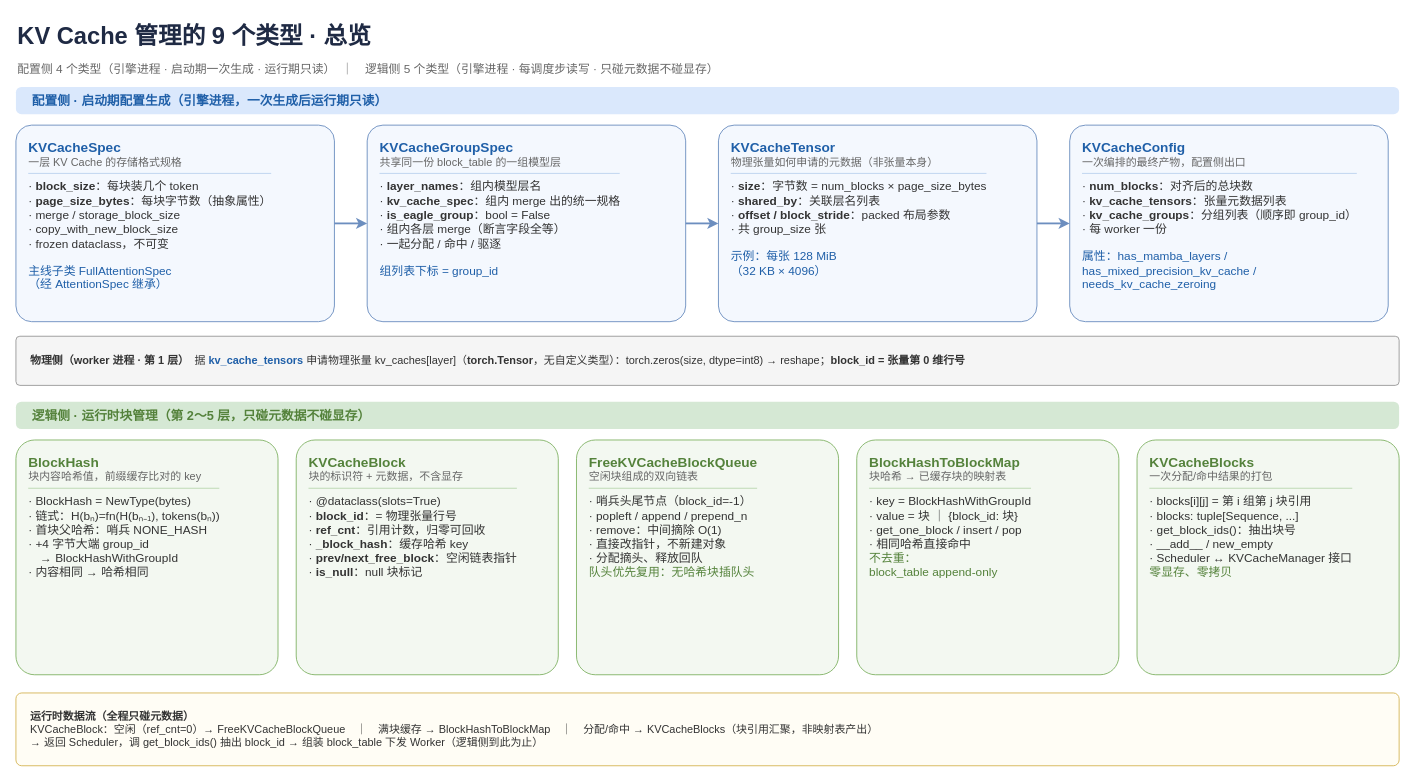
Earlier version of the draw.io diagram page "类型总览" (1 of 15) of vllm/v1/core/kvcache_draw_ppt_v2/kvcache_type.drawio (GoCHug/vllm). Source tidied: cells renumbered, new cells numbered last; positions are measured from the earlier drawing's top-left corner, leaving out a move shared by most shapes. Both pictures are drawn from the tidied source at 91%, with x=0, y=0 at pixel (15, 15).
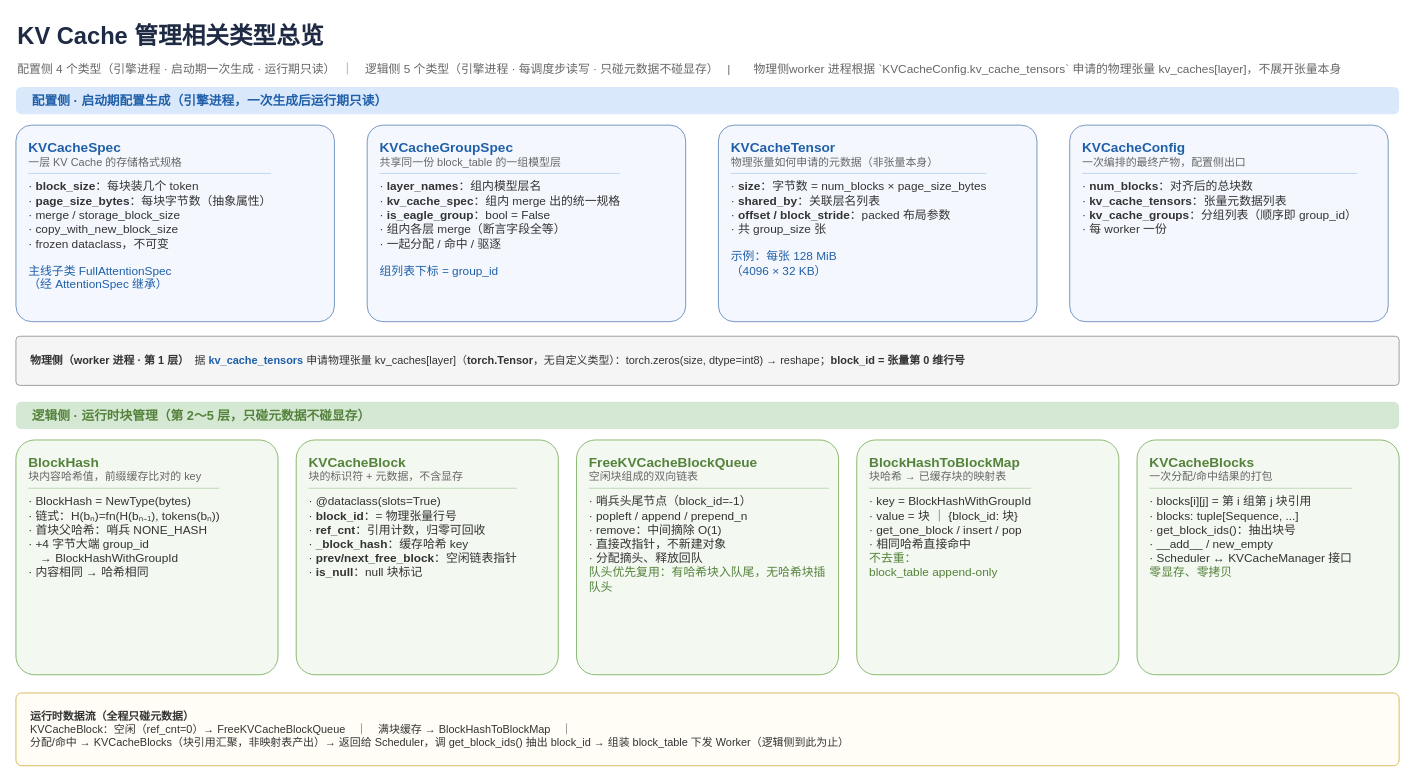
The same page after the edit.

The edit, as a diff of the source:
```diff
@@
 <mxGraphModel>
   <root>
     <mxCell id="0" />
     <mxCell id="1" parent="0" />
-    <mxCell id="2" value="KV Cache 管理的 9 个类型 · 总览" style="text;html=1;whiteSpace=wrap;fontSize=26;fontColor=#1F2A44;align=left;fontStyle=1;" parent="1" vertex="1">
+    <mxCell id="2" value="KV Cache 管理相关类型总览" style="text;html=1;whiteSpace=wrap;fontSize=26;fontColor=#1F2A44;align=left;fontStyle=1;" parent="1" vertex="1">
       <mxGeometry width="1340" height="40" as="geometry" />
     </mxCell>
-    <mxCell id="3" value="配置侧 4 个类型（引擎进程 · 启动期一次生成 · 运行期只读）　｜　逻辑侧 5 个类型（引擎进程 · 每调度步读写 · 只碰元数据不碰显存）" style="text;html=1;whiteSpace=wrap;fontSize=13;fontColor=#666666;align=left;" parent="1" vertex="1">
+    <mxCell id="3" value="配置侧 4 个类型（引擎进程 · 启动期一次生成 · 运行期只读）　｜　逻辑侧 5 个类型（引擎进程 · 每调度步读写 · 只碰元数据不碰显存）&lt;span style=&quot;white-space: pre;&quot;&gt;&#9;&lt;/span&gt;|&lt;span style=&quot;white-space: pre;&quot;&gt;&#9;&lt;/span&gt;物理侧worker 进程根据 `KVCacheConfig.kv_cache_tensors` 申请的物理张量 kv_caches[layer]，不展开张量本身" style="text;html=1;whiteSpace=wrap;fontSize=13;fontColor=#666666;align=left;" parent="1" vertex="1">
       <mxGeometry y="44" width="1520" height="24" as="geometry" />
     </mxCell>
     <mxCell id="4" value="配置侧 · 启动期配置生成（引擎进程，一次生成后运行期只读）" style="rounded=1;arcSize=20;html=1;align=left;verticalAlign=middle;spacingLeft=16;fontSize=14;fontStyle=1;fontColor=#1f5fa8;fillColor=#dae8fc;strokeColor=none;" parent="1" vertex="1">
       <mxGeometry y="78" width="1520" height="30" as="geometry" />
     </mxCell>
     <mxCell id="5" value="&lt;b&gt;&lt;font style=&quot;font-size:15px&quot; color=&quot;#1f5fa8&quot;&gt;KVCacheSpec&lt;/font&gt;&lt;/b&gt;&lt;br&gt;&lt;font color=&quot;#666666&quot;&gt;一层 KV Cache 的存储格式规格&lt;/font&gt;&lt;div style=&quot;border-top:1px solid #bcd2ee;margin:5px 0 6px&quot;&gt;&lt;/div&gt;&lt;font size=&quot;2&quot;&gt;· &lt;b&gt;block_size&lt;/b&gt;：每块装几个 token&lt;br&gt;· &lt;b&gt;page_size_bytes&lt;/b&gt;：每块字节数（抽象属性）&lt;br&gt;· merge / storage_block_size&lt;br&gt;· copy_with_new_block_size&lt;br&gt;· frozen dataclass，不可变&lt;/font&gt;&lt;br&gt;&lt;br&gt;&lt;font color=&quot;#1f5fa8&quot; size=&quot;2&quot;&gt;主线子类 FullAttentionSpec&lt;br&gt;（经 AttentionSpec 继承）&lt;/font&gt;" style="rounded=1;arcSize=8;whiteSpace=wrap;html=1;align=left;verticalAlign=top;spacingLeft=12;spacingRight=10;spacingTop=9;fontSize=12;fontColor=#333333;fillColor=#F4F8FE;strokeColor=#6c8ebf;" parent="1" vertex="1">
       <mxGeometry y="120" width="350" height="216" as="geometry" />
     </mxCell>
     <mxCell id="6" value="&lt;b&gt;&lt;font style=&quot;font-size:15px&quot; color=&quot;#1f5fa8&quot;&gt;KVCacheGroupSpec&lt;/font&gt;&lt;/b&gt;&lt;br&gt;&lt;font color=&quot;#666666&quot;&gt;共享同一份 block_table 的一组模型层&lt;/font&gt;&lt;div style=&quot;border-top:1px solid #bcd2ee;margin:5px 0 6px&quot;&gt;&lt;/div&gt;&lt;font size=&quot;2&quot;&gt;· &lt;b&gt;layer_names&lt;/b&gt;：组内模型层名&lt;br&gt;· &lt;b&gt;kv_cache_spec&lt;/b&gt;：组内 merge 出的统一规格&lt;br&gt;· &lt;b&gt;is_eagle_group&lt;/b&gt;：bool = False&lt;br&gt;· 组内各层 merge（断言字段全等）&lt;br&gt;· 一起分配 / 命中 / 驱逐&lt;/font&gt;&lt;br&gt;&lt;br&gt;&lt;font color=&quot;#1f5fa8&quot; size=&quot;2&quot;&gt;组列表下标 = group_id&lt;/font&gt;" style="rounded=1;arcSize=8;whiteSpace=wrap;html=1;align=left;verticalAlign=top;spacingLeft=12;spacingRight=10;spacingTop=9;fontSize=12;fontColor=#333333;fillColor=#F4F8FE;strokeColor=#6c8ebf;" parent="1" vertex="1">
       <mxGeometry x="386" y="120" width="350" height="216" as="geometry" />
     </mxCell>
-    <mxCell id="7" value="&lt;b&gt;&lt;font style=&quot;font-size:15px&quot; color=&quot;#1f5fa8&quot;&gt;KVCacheTensor&lt;/font&gt;&lt;/b&gt;&lt;br&gt;&lt;font color=&quot;#666666&quot;&gt;物理张量如何申请的元数据（非张量本身）&lt;/font&gt;&lt;div style=&quot;border-top:1px solid #bcd2ee;margin:5px 0 6px&quot;&gt;&lt;/div&gt;&lt;font size=&quot;2&quot;&gt;· &lt;b&gt;size&lt;/b&gt;：字节数 = num_blocks × page_size_bytes&lt;br&gt;· &lt;b&gt;shared_by&lt;/b&gt;：关联层名列表&lt;br&gt;· &lt;b&gt;offset / block_stride&lt;/b&gt;：packed 布局参数&lt;br&gt;· 共 group_size 张&lt;/font&gt;&lt;br&gt;&lt;br&gt;&lt;font color=&quot;#1f5fa8&quot; size=&quot;2&quot;&gt;示例：每张 128 MiB&lt;br&gt;（32 KB × 4096）&lt;/font&gt;" style="rounded=1;arcSize=8;whiteSpace=wrap;html=1;align=left;verticalAlign=top;spacingLeft=12;spacingRight=10;spacingTop=9;fontSize=12;fontColor=#333333;fillColor=#F4F8FE;strokeColor=#6c8ebf;" parent="1" vertex="1">
+    <mxCell id="7" value="&lt;b&gt;&lt;font style=&quot;font-size: 15px;&quot; color=&quot;#1f5fa8&quot;&gt;KVCacheTensor&lt;/font&gt;&lt;/b&gt;&lt;br&gt;&lt;font color=&quot;#666666&quot;&gt;物理张量如何申请的元数据（非张量本身）&lt;/font&gt;&lt;div style=&quot;border-top: 1px solid rgb(188, 210, 238); margin: 5px 0px 6px;&quot;&gt;&lt;/div&gt;&lt;font size=&quot;2&quot;&gt;· &lt;b&gt;size&lt;/b&gt;：字节数 = num_blocks × page_size_bytes&lt;br&gt;· &lt;b&gt;shared_by&lt;/b&gt;：关联层名列表&lt;br&gt;· &lt;b&gt;offset / block_stride&lt;/b&gt;：packed 布局参数&lt;br&gt;· 共 group_size 张&lt;/font&gt;&lt;br&gt;&lt;br&gt;&lt;font color=&quot;#1f5fa8&quot; size=&quot;2&quot;&gt;示例：每张 128 MiB&lt;br&gt;（4096&amp;nbsp;× 32 KB）&lt;/font&gt;" style="rounded=1;arcSize=8;whiteSpace=wrap;html=1;align=left;verticalAlign=top;spacingLeft=12;spacingRight=10;spacingTop=9;fontSize=12;fontColor=#333333;fillColor=#F4F8FE;strokeColor=#6c8ebf;" parent="1" vertex="1">
       <mxGeometry x="772" y="120" width="350" height="216" as="geometry" />
     </mxCell>
-    <mxCell id="8" value="&lt;b&gt;&lt;font style=&quot;font-size:15px&quot; color=&quot;#1f5fa8&quot;&gt;KVCacheConfig&lt;/font&gt;&lt;/b&gt;&lt;br&gt;&lt;font color=&quot;#666666&quot;&gt;一次编排的最终产物，配置侧出口&lt;/font&gt;&lt;div style=&quot;border-top:1px solid #bcd2ee;margin:5px 0 6px&quot;&gt;&lt;/div&gt;&lt;font size=&quot;2&quot;&gt;· &lt;b&gt;num_blocks&lt;/b&gt;：对齐后的总块数&lt;br&gt;· &lt;b&gt;kv_cache_tensors&lt;/b&gt;：张量元数据列表&lt;br&gt;· &lt;b&gt;kv_cache_groups&lt;/b&gt;：分组列表（顺序即 group_id）&lt;br&gt;· 每 worker 一份&lt;/font&gt;&lt;br&gt;&lt;br&gt;&lt;font color=&quot;#1f5fa8&quot; size=&quot;2&quot;&gt;属性：has_mamba_layers /&lt;br&gt;has_mixed_precision_kv_cache /&lt;br&gt;needs_kv_cache_zeroing&lt;/font&gt;" style="rounded=1;arcSize=8;whiteSpace=wrap;html=1;align=left;verticalAlign=top;spacingLeft=12;spacingRight=10;spacingTop=9;fontSize=12;fontColor=#333333;fillColor=#F4F8FE;strokeColor=#6c8ebf;" parent="1" vertex="1">
+    <mxCell id="8" value="&lt;b&gt;&lt;font style=&quot;font-size: 15px;&quot; color=&quot;#1f5fa8&quot;&gt;KVCacheConfig&lt;/font&gt;&lt;/b&gt;&lt;br&gt;&lt;font color=&quot;#666666&quot;&gt;一次编排的最终产物，配置侧出口&lt;/font&gt;&lt;div style=&quot;border-top: 1px solid rgb(188, 210, 238); margin: 5px 0px 6px;&quot;&gt;&lt;/div&gt;&lt;font size=&quot;2&quot;&gt;· &lt;b&gt;num_blocks&lt;/b&gt;：对齐后的总块数&lt;br&gt;· &lt;b&gt;kv_cache_tensors&lt;/b&gt;：张量元数据列表&lt;br&gt;· &lt;b&gt;kv_cache_groups&lt;/b&gt;：分组列表（顺序即 group_id）&lt;br&gt;· 每 worker 一份&lt;/font&gt;&lt;div&gt;&lt;br/&gt;&lt;/div&gt;" style="rounded=1;arcSize=8;whiteSpace=wrap;html=1;align=left;verticalAlign=top;spacingLeft=12;spacingRight=10;spacingTop=9;fontSize=12;fontColor=#333333;fillColor=#F4F8FE;strokeColor=#6c8ebf;" parent="1" vertex="1">
       <mxGeometry x="1158" y="120" width="350" height="216" as="geometry" />
     </mxCell>
-    <mxCell id="9" style="edgeStyle=orthogonalEdgeStyle;rounded=0;html=1;strokeColor=#6c8ebf;strokeWidth=2;endArrow=classic;endFill=1;exitX=1;exitY=0.5;exitDx=0;exitDy=0;entryX=0;entryY=0.5;entryDx=0;entryDy=0;" parent="1" edge="1" source="5" target="6">
-      <mxGeometry relative="1" as="geometry" />
-    </mxCell>
-    <mxCell id="10" style="edgeStyle=orthogonalEdgeStyle;rounded=0;html=1;strokeColor=#6c8ebf;strokeWidth=2;endArrow=classic;endFill=1;exitX=1;exitY=0.5;exitDx=0;exitDy=0;entryX=0;entryY=0.5;entryDx=0;entryDy=0;" parent="1" edge="1" source="6" target="7">
-      <mxGeometry relative="1" as="geometry" />
-    </mxCell>
-    <mxCell id="11" style="edgeStyle=orthogonalEdgeStyle;rounded=0;html=1;strokeColor=#6c8ebf;strokeWidth=2;endArrow=classic;endFill=1;exitX=1;exitY=0.5;exitDx=0;exitDy=0;entryX=0;entryY=0.5;entryDx=0;entryDy=0;" parent="1" edge="1" source="7" target="8">
-      <mxGeometry relative="1" as="geometry" />
-    </mxCell>
     <mxCell id="12" value="&lt;b&gt;物理侧（worker 进程 · 第 1 层）&lt;/b&gt;　据 &lt;font color=&quot;#1f5fa8&quot;&gt;&lt;b&gt;kv_cache_tensors&lt;/b&gt;&lt;/font&gt; 申请物理张量 kv_caches[layer]（&lt;b&gt;torch.Tensor&lt;/b&gt;，无自定义类型）：torch.zeros(size, dtype=int8) → reshape；&lt;b&gt;block_id = 张量第 0 维行号&lt;/b&gt;" style="rounded=1;arcSize=8;whiteSpace=wrap;html=1;align=left;verticalAlign=middle;spacingLeft=14;fontSize=12;fontColor=#333333;fillColor=#f5f5f5;strokeColor=#999999;" parent="1" vertex="1">
       <mxGeometry y="352" width="1520" height="54" as="geometry" />
     </mxCell>
     <mxCell id="13" value="逻辑侧 · 运行时块管理（第 2～5 层，只碰元数据不碰显存）" style="rounded=1;arcSize=20;html=1;align=left;verticalAlign=middle;spacingLeft=16;fontSize=14;fontStyle=1;fontColor=#54823b;fillColor=#d5e8d4;strokeColor=none;" parent="1" vertex="1">
       <mxGeometry y="424" width="1520" height="30" as="geometry" />
     </mxCell>
     <mxCell id="14" value="&lt;b&gt;&lt;font style=&quot;font-size:15px&quot; color=&quot;#54823b&quot;&gt;BlockHash&lt;/font&gt;&lt;/b&gt;&lt;br&gt;&lt;font color=&quot;#666666&quot;&gt;块内容哈希值，前缀缓存比对的 key&lt;/font&gt;&lt;div style=&quot;border-top:1px solid #b9d8b0;margin:5px 0 6px&quot;&gt;&lt;/div&gt;&lt;font size=&quot;2&quot;&gt;· BlockHash = NewType(bytes)&lt;br&gt;· 链式：H(bₙ)=fn(H(bₙ₋₁), tokens(bₙ))&lt;br&gt;· 首块父哈希：哨兵 NONE_HASH&lt;br&gt;· +4 字节大端 group_id&lt;br&gt;　→ BlockHashWithGroupId&lt;br&gt;· 内容相同 → 哈希相同&lt;/font&gt;" style="rounded=1;arcSize=8;whiteSpace=wrap;html=1;align=left;verticalAlign=top;spacingLeft=12;spacingRight=10;spacingTop=9;fontSize=12;fontColor=#333333;fillColor=#F3F8F1;strokeColor=#82b366;" parent="1" vertex="1">
       <mxGeometry y="466" width="288" height="258" as="geometry" />
     </mxCell>
     <mxCell id="15" value="&lt;b&gt;&lt;font style=&quot;font-size:15px&quot; color=&quot;#54823b&quot;&gt;KVCacheBlock&lt;/font&gt;&lt;/b&gt;&lt;br&gt;&lt;font color=&quot;#666666&quot;&gt;块的标识符 + 元数据，不含显存&lt;/font&gt;&lt;div style=&quot;border-top:1px solid #b9d8b0;margin:5px 0 6px&quot;&gt;&lt;/div&gt;&lt;font size=&quot;2&quot;&gt;· @dataclass(slots=True)&lt;br&gt;· &lt;b&gt;block_id&lt;/b&gt;：= 物理张量行号&lt;br&gt;· &lt;b&gt;ref_cnt&lt;/b&gt;：引用计数，归零可回收&lt;br&gt;· &lt;b&gt;_block_hash&lt;/b&gt;：缓存哈希 key&lt;br&gt;· &lt;b&gt;prev/next_free_block&lt;/b&gt;：空闲链表指针&lt;br&gt;· &lt;b&gt;is_null&lt;/b&gt;：null 块标记&lt;/font&gt;" style="rounded=1;arcSize=8;whiteSpace=wrap;html=1;align=left;verticalAlign=top;spacingLeft=12;spacingRight=10;spacingTop=9;fontSize=12;fontColor=#333333;fillColor=#F3F8F1;strokeColor=#82b366;" parent="1" vertex="1">
       <mxGeometry x="308" y="466" width="288" height="258" as="geometry" />
     </mxCell>
-    <mxCell id="16" value="&lt;b&gt;&lt;font style=&quot;font-size:15px&quot; color=&quot;#54823b&quot;&gt;FreeKVCacheBlockQueue&lt;/font&gt;&lt;/b&gt;&lt;br&gt;&lt;font color=&quot;#666666&quot;&gt;空闲块组成的双向链表&lt;/font&gt;&lt;div style=&quot;border-top:1px solid #b9d8b0;margin:5px 0 6px&quot;&gt;&lt;/div&gt;&lt;font size=&quot;2&quot;&gt;· 哨兵头尾节点（block_id=-1）&lt;br&gt;· popleft / append / prepend_n&lt;br&gt;· remove：中间摘除 O(1)&lt;br&gt;· 直接改指针，不新建对象&lt;br&gt;· 分配摘头、释放回队&lt;/font&gt;&lt;br&gt;&lt;font color=&quot;#54823b&quot; size=&quot;2&quot;&gt;队头优先复用：无哈希块插队头&lt;/font&gt;" style="rounded=1;arcSize=8;whiteSpace=wrap;html=1;align=left;verticalAlign=top;spacingLeft=12;spacingRight=10;spacingTop=9;fontSize=12;fontColor=#333333;fillColor=#F3F8F1;strokeColor=#82b366;" parent="1" vertex="1">
+    <mxCell id="16" value="&lt;b&gt;&lt;font style=&quot;font-size: 15px;&quot; color=&quot;#54823b&quot;&gt;FreeKVCacheBlockQueue&lt;/font&gt;&lt;/b&gt;&lt;br&gt;&lt;font color=&quot;#666666&quot;&gt;空闲块组成的双向链表&lt;/font&gt;&lt;div style=&quot;border-top: 1px solid rgb(185, 216, 176); margin: 5px 0px 6px;&quot;&gt;&lt;/div&gt;&lt;font size=&quot;2&quot;&gt;· 哨兵头尾节点（block_id=-1）&lt;br&gt;· popleft / append / prepend_n&lt;br&gt;· remove：中间摘除 O(1)&lt;br&gt;· 直接改指针，不新建对象&lt;br&gt;· 分配摘头、释放回队&lt;/font&gt;&lt;br&gt;&lt;font color=&quot;#54823b&quot; size=&quot;2&quot;&gt;队头优先复用：有哈希块入队尾，无哈希块插队头&lt;/font&gt;" style="rounded=1;arcSize=8;whiteSpace=wrap;html=1;align=left;verticalAlign=top;spacingLeft=12;spacingRight=10;spacingTop=9;fontSize=12;fontColor=#333333;fillColor=#F3F8F1;strokeColor=#82b366;" parent="1" vertex="1">
       <mxGeometry x="616" y="466" width="288" height="258" as="geometry" />
     </mxCell>
     <mxCell id="17" value="&lt;b&gt;&lt;font style=&quot;font-size:15px&quot; color=&quot;#54823b&quot;&gt;BlockHashToBlockMap&lt;/font&gt;&lt;/b&gt;&lt;br&gt;&lt;font color=&quot;#666666&quot;&gt;块哈希 → 已缓存块的映射表&lt;/font&gt;&lt;div style=&quot;border-top:1px solid #b9d8b0;margin:5px 0 6px&quot;&gt;&lt;/div&gt;&lt;font size=&quot;2&quot;&gt;· key = BlockHashWithGroupId&lt;br&gt;· value = 块 ｜ {block_id: 块}&lt;br&gt;· get_one_block / insert / pop&lt;br&gt;· 相同哈希直接命中&lt;/font&gt;&lt;br&gt;&lt;font color=&quot;#54823b&quot; size=&quot;2&quot;&gt;不去重：&lt;br&gt;block_table append-only&lt;/font&gt;" style="rounded=1;arcSize=8;whiteSpace=wrap;html=1;align=left;verticalAlign=top;spacingLeft=12;spacingRight=10;spacingTop=9;fontSize=12;fontColor=#333333;fillColor=#F3F8F1;strokeColor=#82b366;" parent="1" vertex="1">
       <mxGeometry x="924" y="466" width="288" height="258" as="geometry" />
     </mxCell>
     <mxCell id="18" value="&lt;b&gt;&lt;font style=&quot;font-size:15px&quot; color=&quot;#54823b&quot;&gt;KVCacheBlocks&lt;/font&gt;&lt;/b&gt;&lt;br&gt;&lt;font color=&quot;#666666&quot;&gt;一次分配/命中结果的打包&lt;/font&gt;&lt;div style=&quot;border-top:1px solid #b9d8b0;margin:5px 0 6px&quot;&gt;&lt;/div&gt;&lt;font size=&quot;2&quot;&gt;· blocks[i][j] = 第 i 组第 j 块引用&lt;br&gt;· blocks: tuple[Sequence, ...]&lt;br&gt;· get_block_ids()：抽出块号&lt;br&gt;· __add__ / new_empty&lt;br&gt;· Scheduler ↔ KVCacheManager 接口&lt;/font&gt;&lt;br&gt;&lt;font color=&quot;#54823b&quot; size=&quot;2&quot;&gt;零显存、零拷贝&lt;/font&gt;" style="rounded=1;arcSize=8;whiteSpace=wrap;html=1;align=left;verticalAlign=top;spacingLeft=12;spacingRight=10;spacingTop=9;fontSize=12;fontColor=#333333;fillColor=#F3F8F1;strokeColor=#82b366;" parent="1" vertex="1">
       <mxGeometry x="1232" y="466" width="288" height="258" as="geometry" />
     </mxCell>
-    <mxCell id="19" value="&lt;b&gt;运行时数据流（全程只碰元数据）&lt;/b&gt;&lt;br&gt;KVCacheBlock：空闲（ref_cnt=0）→ FreeKVCacheBlockQueue　｜　满块缓存 → BlockHashToBlockMap　｜　分配/命中 → KVCacheBlocks（块引用汇聚，非映射表产出）&lt;br&gt;→ 返回 Scheduler，调 get_block_ids() 抽出 block_id → 组装 block_table 下发 Worker（逻辑侧到此为止）" style="rounded=1;arcSize=8;whiteSpace=wrap;html=1;align=left;verticalAlign=middle;spacingLeft=14;spacingRight=14;fontSize=12;fontColor=#333333;fillColor=#fffdf5;strokeColor=#d6b656;" parent="1" vertex="1">
+    <mxCell id="19" value="&lt;b&gt;运行时数据流（全程只碰元数据）&lt;/b&gt;&lt;br&gt;KVCacheBlock：空闲（ref_cnt=0）→ FreeKVCacheBlockQueue　｜　满块缓存 → BlockHashToBlockMap　｜　&lt;div&gt;分配/命中 → KVCacheBlocks（块引用汇聚，非映射表产出）→ 返回给 Scheduler，调 get_block_ids() 抽出 block_id → 组装 block_table 下发 Worker（逻辑侧到此为止）&lt;/div&gt;" style="rounded=1;arcSize=8;whiteSpace=wrap;html=1;align=left;verticalAlign=middle;spacingLeft=14;spacingRight=14;fontSize=12;fontColor=#333333;fillColor=#fffdf5;strokeColor=#d6b656;" parent="1" vertex="1">
       <mxGeometry y="744" width="1520" height="80" as="geometry" />
     </mxCell>
   </root>
 </mxGraphModel>
```
